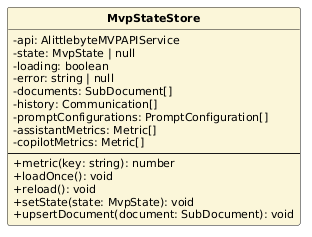
aLittleByte-19/Documentazione keeps this PlantUML diagram as PB/Specifica Tecnica/ImmaginiSpecificaTecnica/ClassiSingoleFrontend/MvpStateStore.png. Above is the earlier version.
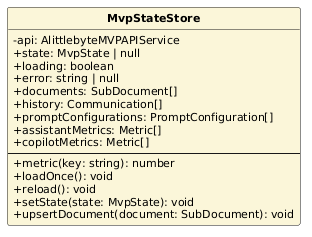
After the change.

Change to the diagram source:
```diff
@@ -7,14 +7,14 @@
 hide circle
 class MvpStateStore #FBF6D9 {
   -api: AlittlebyteMVPAPIService
-  -state: MvpState | null
-  -loading: boolean
-  -error: string | null
-  -documents: SubDocument[]
-  -history: Communication[]
-  -promptConfigurations: PromptConfiguration[]
-  -assistantMetrics: Metric[]
-  -copilotMetrics: Metric[]
+  +state: MvpState | null
+  +loading: boolean
+  +error: string | null
+  +documents: SubDocument[]
+  +history: Communication[]
+  +promptConfigurations: PromptConfiguration[]
+  +assistantMetrics: Metric[]
+  +copilotMetrics: Metric[]
   --
   +metric(key: string): number
   +loadOnce(): void
```
